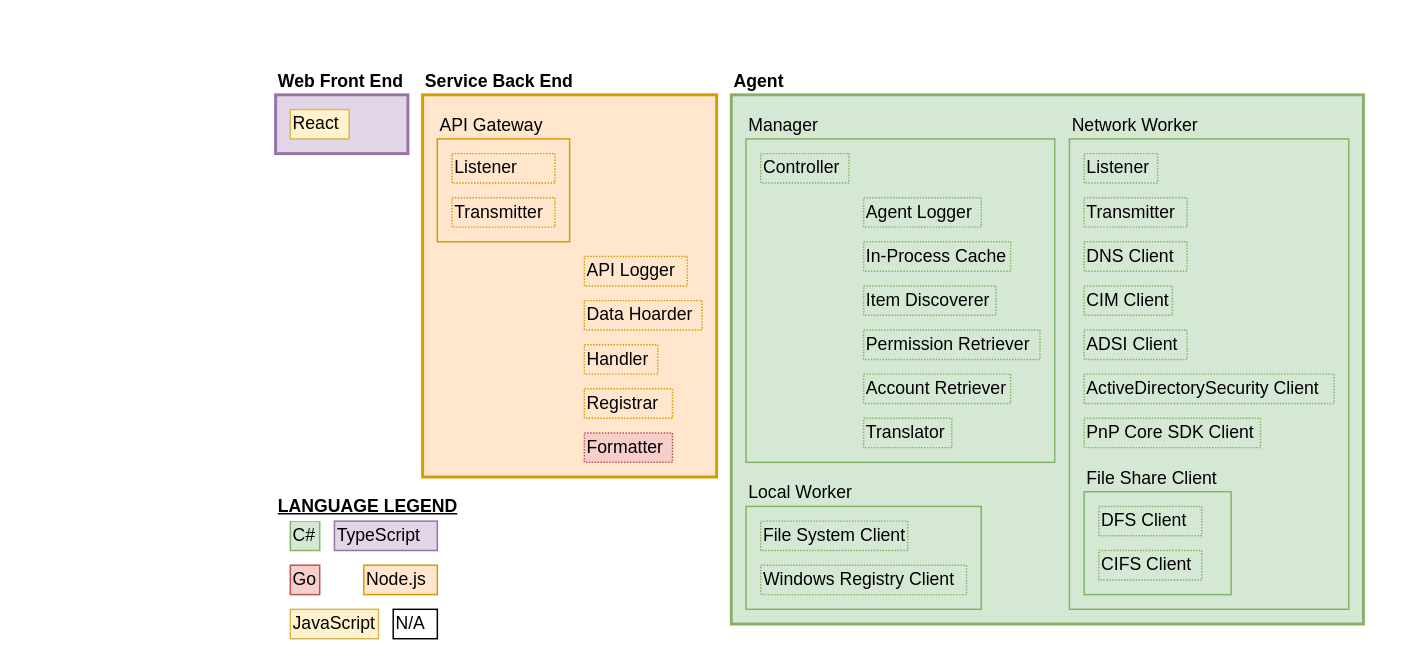
The draw.io diagram src/img/FunctionalBlockDiagram_v3.drawio in IMJLA/Export-Permission, before the edit. Source tidied: cells renumbered, new cells numbered last; positions are measured from the earlier drawing's top-left corner, leaving out a move shared by most shapes. Both pictures are drawn from the tidied source at 147%, with x=0, y=0 at pixel (275, 94).
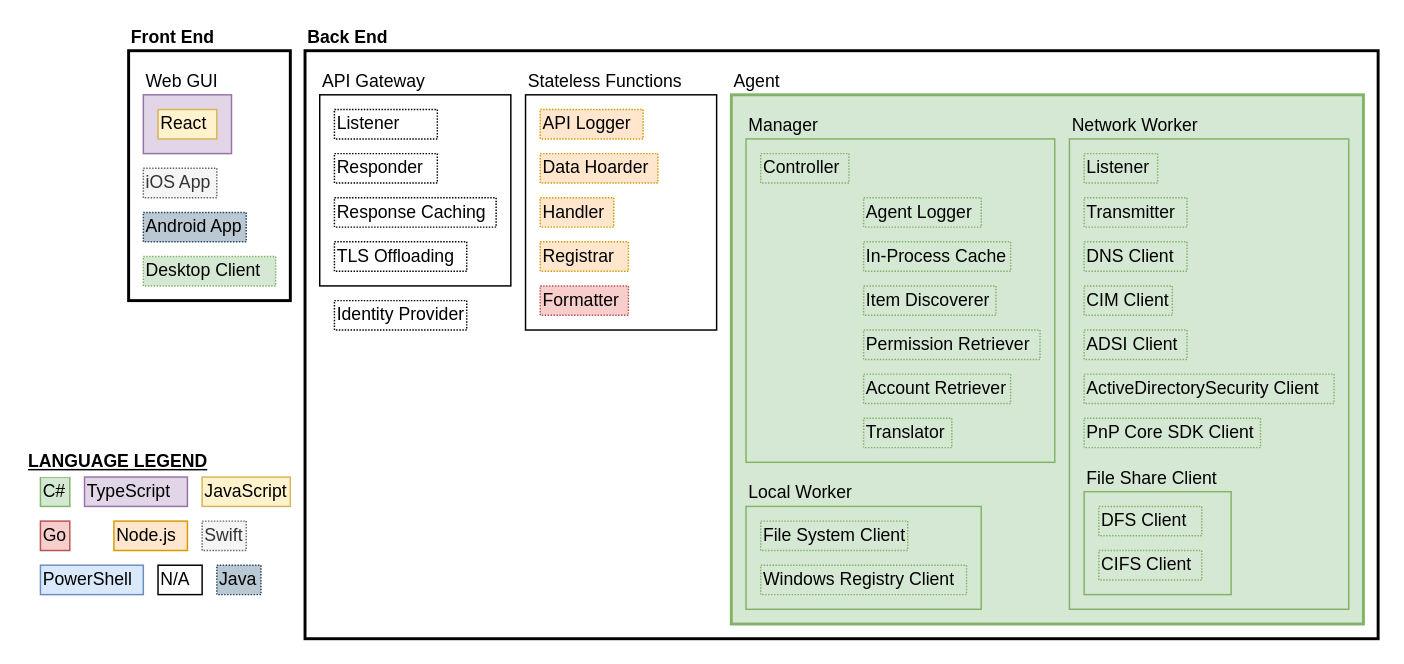
After the change.

Change to the diagram source:
```diff
@@
-    <mxCell id="2" value="Agent" style="rounded=0;whiteSpace=wrap;html=1;align=left;labelPosition=center;verticalLabelPosition=top;verticalAlign=bottom;strokeWidth=2;fontStyle=1;fillColor=#d5e8d4;strokeColor=#82b366;" parent="1" vertex="1">
-      <mxGeometry x="310" width="430" height="360" as="geometry" />
-    </mxCell>
-    <mxCell id="3" value="Service Back End" style="rounded=0;whiteSpace=wrap;html=1;align=left;labelPosition=center;verticalLabelPosition=top;verticalAlign=bottom;strokeWidth=2;fontStyle=1;fillColor=#ffe6cc;strokeColor=#d79b00;" parent="1" vertex="1">
-      <mxGeometry x="100" width="200" height="260" as="geometry" />
-    </mxCell>
+    <mxCell id="43" value="Front End" style="rounded=0;whiteSpace=wrap;html=1;align=left;labelPosition=center;verticalLabelPosition=top;verticalAlign=bottom;strokeWidth=2;fontStyle=1;" parent="1" vertex="1">
+      <mxGeometry x="-100" y="-30" width="110" height="170" as="geometry" />
+    </mxCell>
+    <mxCell id="44" value="Back End" style="rounded=0;whiteSpace=wrap;html=1;align=left;labelPosition=center;verticalLabelPosition=top;verticalAlign=bottom;strokeWidth=2;fontStyle=1;" parent="1" vertex="1">
+      <mxGeometry x="20" y="-30" width="730" height="400" as="geometry" />
+    </mxCell>
+    <mxCell id="45" value="Web GUI" style="rounded=0;whiteSpace=wrap;html=1;align=left;labelPosition=center;verticalLabelPosition=top;verticalAlign=bottom;strokeWidth=1;fontStyle=0;fillColor=#e1d5e7;strokeColor=#9673a6;" parent="1" vertex="1">
+      <mxGeometry x="-90" width="60" height="40" as="geometry" />
+    </mxCell>
+    <mxCell id="29" value="Node.js" style="rounded=0;whiteSpace=wrap;html=1;align=left;fillColor=#ffe6cc;strokeColor=#d79b00;" parent="1" vertex="1">
+      <mxGeometry x="-110" y="290" width="50" height="20" as="geometry" />
+    </mxCell>
+    <mxCell id="30" value="Go" style="rounded=0;whiteSpace=wrap;html=1;align=left;fillColor=#f8cecc;strokeColor=#b85450;" parent="1" vertex="1">
+      <mxGeometry x="-160" y="290" width="20" height="20" as="geometry" />
+    </mxCell>
+    <mxCell id="31" value="C#" style="rounded=0;whiteSpace=wrap;html=1;align=left;fillColor=#d5e8d4;strokeColor=#82b366;" parent="1" vertex="1">
+      <mxGeometry x="-160" y="260" width="20" height="20" as="geometry" />
+    </mxCell>
+    <mxCell id="32" value="N/A" style="rounded=0;whiteSpace=wrap;html=1;align=left;" parent="1" vertex="1">
+      <mxGeometry x="-80" y="320" width="30" height="20" as="geometry" />
+    </mxCell>
+    <mxCell id="33" value="LANGUAGE LEGEND" style="rounded=0;whiteSpace=wrap;html=1;align=left;fontStyle=5;strokeColor=none;" parent="1" vertex="1">
+      <mxGeometry x="-170" y="240" width="130" height="20" as="geometry" />
+    </mxCell>
+    <mxCell id="34" value="TypeScript" style="rounded=0;whiteSpace=wrap;html=1;align=left;fillColor=#e1d5e7;strokeColor=#9673a6;" parent="1" vertex="1">
+      <mxGeometry x="-130" y="260" width="70" height="20" as="geometry" />
+    </mxCell>
+    <mxCell id="35" value="React" style="rounded=0;whiteSpace=wrap;html=1;align=left;fillColor=#fff2cc;strokeColor=#d6b656;" parent="1" vertex="1">
+      <mxGeometry x="-80" y="10" width="40" height="20" as="geometry" />
+    </mxCell>
+    <mxCell id="36" value="API Gateway" style="rounded=0;whiteSpace=wrap;html=1;align=left;labelPosition=center;verticalLabelPosition=top;verticalAlign=bottom;" parent="1" vertex="1">
+      <mxGeometry x="30" width="130" height="130" as="geometry" />
+    </mxCell>
+    <mxCell id="46" value="Responder" style="rounded=0;whiteSpace=wrap;html=1;align=left;dashed=1;dashPattern=1 1;" parent="1" vertex="1">
+      <mxGeometry x="40" y="40" width="70" height="20" as="geometry" />
+    </mxCell>
+    <mxCell id="38" value="Listener" style="rounded=0;whiteSpace=wrap;html=1;align=left;dashed=1;dashPattern=1 1;" parent="1" vertex="1">
+      <mxGeometry x="40" y="10" width="70" height="20" as="geometry" />
+    </mxCell>
+    <mxCell id="47" value="PowerShell" style="rounded=0;whiteSpace=wrap;html=1;align=left;fillColor=#dae8fc;strokeColor=#6c8ebf;" parent="1" vertex="1">
+      <mxGeometry x="-160" y="320" width="70" height="20" as="geometry" />
+    </mxCell>
+    <mxCell id="42" value="JavaScript" style="rounded=0;whiteSpace=wrap;html=1;align=left;fillColor=#fff2cc;strokeColor=#d6b656;" parent="1" vertex="1">
+      <mxGeometry x="-50" y="260" width="60" height="20" as="geometry" />
+    </mxCell>
+    <mxCell id="48" value="iOS App" style="rounded=0;whiteSpace=wrap;html=1;align=left;dashed=1;dashPattern=1 1;fillColor=#f5f5f5;strokeColor=#666666;fontColor=#333333;" parent="1" vertex="1">
+      <mxGeometry x="-90" y="50" width="50" height="20" as="geometry" />
+    </mxCell>
+    <mxCell id="49" value="Swift" style="rounded=0;whiteSpace=wrap;html=1;align=left;dashed=1;dashPattern=1 1;fillColor=#f5f5f5;strokeColor=#666666;fontColor=#333333;" parent="1" vertex="1">
+      <mxGeometry x="-50" y="290" width="30" height="20" as="geometry" />
+    </mxCell>
+    <mxCell id="50" value="Java" style="rounded=0;whiteSpace=wrap;html=1;align=left;dashed=1;dashPattern=1 1;fillColor=#bac8d3;strokeColor=#23445d;" parent="1" vertex="1">
+      <mxGeometry x="-40" y="320" width="30" height="20" as="geometry" />
+    </mxCell>
+    <mxCell id="51" value="Android App" style="rounded=0;whiteSpace=wrap;html=1;align=left;dashed=1;dashPattern=1 1;fillColor=#bac8d3;strokeColor=#23445d;" parent="1" vertex="1">
+      <mxGeometry x="-90" y="80" width="70" height="20" as="geometry" />
+    </mxCell>
+    <mxCell id="52" value="Desktop Client" style="rounded=0;whiteSpace=wrap;html=1;align=left;dashed=1;dashPattern=1 1;fillColor=#d5e8d4;strokeColor=#82b366;" parent="1" vertex="1">
+      <mxGeometry x="-90" y="110" width="90" height="20" as="geometry" />
+    </mxCell>
+    <mxCell id="53" value="Identity Provider" style="rounded=0;whiteSpace=wrap;html=1;align=left;dashed=1;dashPattern=1 1;" parent="1" vertex="1">
+      <mxGeometry x="40" y="140" width="90" height="20" as="geometry" />
+    </mxCell>
+    <mxCell id="54" value="Response Caching" style="rounded=0;whiteSpace=wrap;html=1;align=left;dashed=1;dashPattern=1 1;" parent="1" vertex="1">
+      <mxGeometry x="40" y="70" width="110" height="20" as="geometry" />
+    </mxCell>
+    <mxCell id="55" value="TLS Offloading" style="rounded=0;whiteSpace=wrap;html=1;align=left;dashed=1;dashPattern=1 1;" parent="1" vertex="1">
+      <mxGeometry x="40" y="100" width="90" height="20" as="geometry" />
+    </mxCell>
+    <mxCell id="56" value="Stateless Functions" style="rounded=0;whiteSpace=wrap;html=1;align=left;labelPosition=center;verticalLabelPosition=top;verticalAlign=bottom;" parent="1" vertex="1">
+      <mxGeometry x="170" width="130" height="160" as="geometry" />
+    </mxCell>
     <mxCell id="4" value="Formatter" style="rounded=0;whiteSpace=wrap;html=1;align=left;dashed=1;dashPattern=1 1;fillColor=#f8cecc;strokeColor=#b85450;" parent="1" vertex="1">
-      <mxGeometry x="210" y="230" width="60" height="20" as="geometry" />
+      <mxGeometry x="180" y="130" width="60" height="20" as="geometry" />
     </mxCell>
     <mxCell id="5" value="API Logger" style="rounded=0;whiteSpace=wrap;html=1;align=left;dashed=1;dashPattern=1 1;fillColor=#ffe6cc;strokeColor=#d79b00;" parent="1" vertex="1">
-      <mxGeometry x="210" y="110" width="70" height="20" as="geometry" />
+      <mxGeometry x="180" y="10" width="70" height="20" as="geometry" />
     </mxCell>
     <mxCell id="6" value="Data Hoarder" style="rounded=0;whiteSpace=wrap;html=1;align=left;dashed=1;dashPattern=1 1;fillColor=#ffe6cc;strokeColor=#d79b00;" parent="1" vertex="1">
-      <mxGeometry x="210" y="140" width="80" height="20" as="geometry" />
+      <mxGeometry x="180" y="40" width="80" height="20" as="geometry" />
     </mxCell>
     <mxCell id="7" value="Handler" style="rounded=0;whiteSpace=wrap;html=1;align=left;dashed=1;dashPattern=1 1;fillColor=#ffe6cc;strokeColor=#d79b00;" parent="1" vertex="1">
-      <mxGeometry x="210" y="170" width="50" height="20" as="geometry" />
+      <mxGeometry x="180" y="70" width="50" height="20" as="geometry" />
     </mxCell>
+    <mxCell id="28" value="Registrar" style="rounded=0;whiteSpace=wrap;html=1;align=left;dashed=1;dashPattern=1 1;fillColor=#ffe6cc;strokeColor=#d79b00;" parent="1" vertex="1">
+      <mxGeometry x="180" y="100" width="60" height="20" as="geometry" />
+    </mxCell>
+    <mxCell id="2" value="Agent" style="rounded=0;whiteSpace=wrap;html=1;align=left;labelPosition=center;verticalLabelPosition=top;verticalAlign=bottom;strokeWidth=2;fontStyle=0;fillColor=#d5e8d4;strokeColor=#82b366;" parent="1" vertex="1">
+      <mxGeometry x="310" width="430" height="360" as="geometry" />
+    </mxCell>
@@
-    <mxCell id="27" value="Web Front End" style="rounded=0;whiteSpace=wrap;html=1;align=left;labelPosition=center;verticalLabelPosition=top;verticalAlign=bottom;strokeWidth=2;fontStyle=1;fillColor=#e1d5e7;strokeColor=#9673a6;" parent="1" vertex="1">
-      <mxGeometry width="90" height="40" as="geometry" />
-    </mxCell>
-    <mxCell id="28" value="Registrar" style="rounded=0;whiteSpace=wrap;html=1;align=left;dashed=1;dashPattern=1 1;fillColor=#ffe6cc;strokeColor=#d79b00;" parent="1" vertex="1">
-      <mxGeometry x="210" y="200" width="60" height="20" as="geometry" />
-    </mxCell>
-    <mxCell id="29" value="Node.js" style="rounded=0;whiteSpace=wrap;html=1;align=left;fillColor=#ffe6cc;strokeColor=#d79b00;" parent="1" vertex="1">
-      <mxGeometry x="60" y="320" width="50" height="20" as="geometry" />
-    </mxCell>
-    <mxCell id="30" value="Go" style="rounded=0;whiteSpace=wrap;html=1;align=left;fillColor=#f8cecc;strokeColor=#b85450;" parent="1" vertex="1">
-      <mxGeometry x="10" y="320" width="20" height="20" as="geometry" />
-    </mxCell>
-    <mxCell id="31" value="C#" style="rounded=0;whiteSpace=wrap;html=1;align=left;fillColor=#d5e8d4;strokeColor=#82b366;" parent="1" vertex="1">
-      <mxGeometry x="10" y="290" width="20" height="20" as="geometry" />
-    </mxCell>
-    <mxCell id="32" value="N/A" style="rounded=0;whiteSpace=wrap;html=1;align=left;" parent="1" vertex="1">
-      <mxGeometry x="80" y="350" width="30" height="20" as="geometry" />
-    </mxCell>
-    <mxCell id="33" value="LANGUAGE LEGEND" style="rounded=0;whiteSpace=wrap;html=1;align=left;fontStyle=5;strokeColor=none;" parent="1" vertex="1">
-      <mxGeometry y="270" width="130" height="20" as="geometry" />
-    </mxCell>
-    <mxCell id="34" value="TypeScript" style="rounded=0;whiteSpace=wrap;html=1;align=left;fillColor=#e1d5e7;strokeColor=#9673a6;" parent="1" vertex="1">
-      <mxGeometry x="40" y="290" width="70" height="20" as="geometry" />
-    </mxCell>
-    <mxCell id="35" value="React" style="rounded=0;whiteSpace=wrap;html=1;align=left;fillColor=#fff2cc;strokeColor=#d6b656;" parent="1" vertex="1">
-      <mxGeometry x="10" y="10" width="40" height="20" as="geometry" />
-    </mxCell>
-    <mxCell id="36" value="API Gateway" style="rounded=0;whiteSpace=wrap;html=1;align=left;labelPosition=center;verticalLabelPosition=top;verticalAlign=bottom;fillColor=#ffe6cc;strokeColor=#d79b00;" parent="1" vertex="1">
-      <mxGeometry x="110" y="30" width="90" height="70" as="geometry" />
-    </mxCell>
-    <mxCell id="37" value="Transmitter" style="rounded=0;whiteSpace=wrap;html=1;align=left;dashed=1;dashPattern=1 1;fillColor=#ffe6cc;strokeColor=#d79b00;" parent="1" vertex="1">
-      <mxGeometry x="120" y="70" width="70" height="20" as="geometry" />
-    </mxCell>
-    <mxCell id="38" value="Listener" style="rounded=0;whiteSpace=wrap;html=1;align=left;dashed=1;dashPattern=1 1;fillColor=#ffe6cc;strokeColor=#d79b00;" parent="1" vertex="1">
-      <mxGeometry x="120" y="40" width="70" height="20" as="geometry" />
-    </mxCell>
@@
-    <mxCell id="42" value="JavaScript" style="rounded=0;whiteSpace=wrap;html=1;align=left;fillColor=#fff2cc;strokeColor=#d6b656;" parent="1" vertex="1">
-      <mxGeometry x="10" y="350" width="60" height="20" as="geometry" />
-    </mxCell>
```
